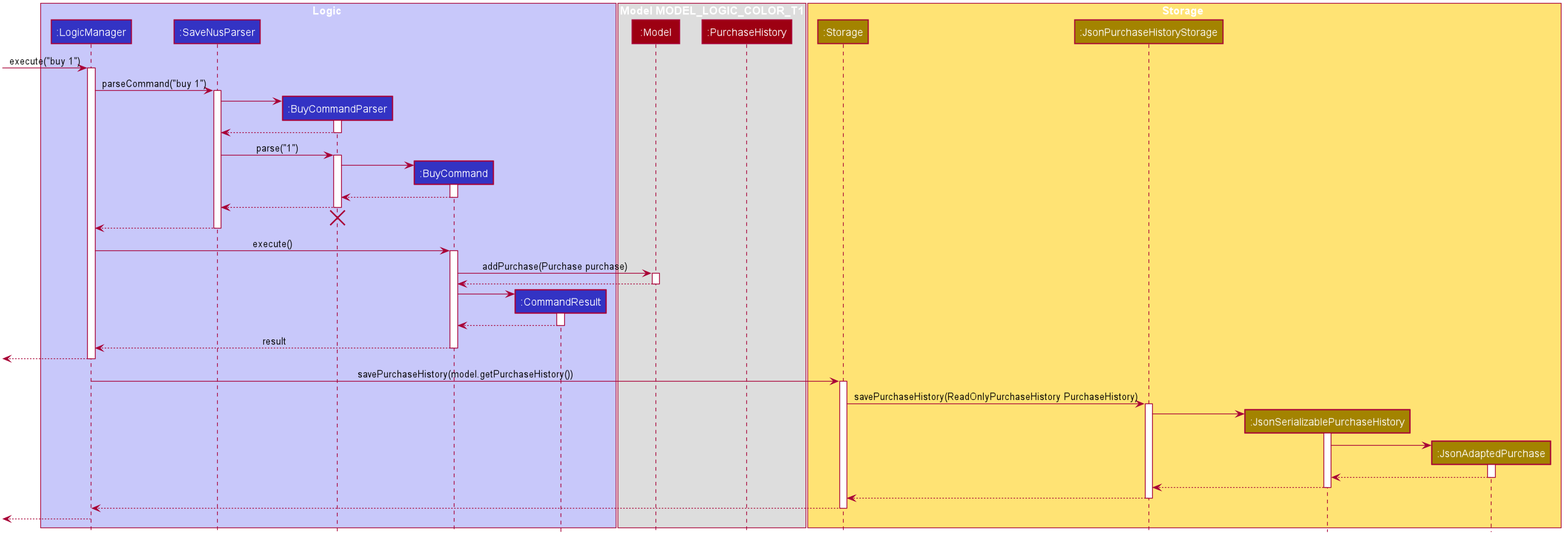
This is docs/images/BuySequenceDiagram.png from nus-cs2103-AY1920S1/addressbook-level3, a PlantUML export, as it was before one commit. The source it was exported from:
```plantuml
@startuml








skinparam BackgroundColor #FFFFFFF

skinparam Shadowing false

skinparam Class {
    FontColor #FFFFFF
    BorderThickness 1
    BorderColor #FFFFFF
    StereotypeFontColor #FFFFFF
    FontName Arial
}

skinparam Actor {
    BorderColor #000000
    Color #000000
    FontName Arial
}

skinparam Sequence {
    MessageAlign center
    BoxFontSize 15
    BoxPadding 0
    BoxFontColor #FFFFFF
    FontName Arial
}

skinparam Participant {
    FontColor #FFFFFFF
    Padding 20
}

skinparam MinClassWidth 50
skinparam ParticipantPadding 10
skinparam Shadowing false
skinparam DefaultTextAlignment center
skinparam packageStyle Rectangle

hide footbox
hide members
hide circle

box Logic #C8C8FA
participant ":LogicManager" as LogicManager #3333C4
participant ":SaveNusParser" as SaveNusParser #3333C4
participant ":BuyCommandParser" as BuyCommandParser #3333C4
participant ":BuyCommand" as BuyCommand #3333C4
participant ":CommandResult" as CommandResult #3333C4
end box

box Model MODEL_LOGIC_COLOR_T1
participant ":Model" as Model #9D0012
participant ":PurchaseHistory" as PurchaseHistory #9D0012
end box

box Storage #FFE374
participant ":Storage" as Storage #A38300
participant ":JsonPurchaseHistoryStorage" as JsonPurchaseHistoryStorage #A38300
participant ":JsonSerializablePurchaseHistory" as JsonSerializablePurchaseHistory #A38300
participant ":JsonAdaptedPurchase" as JsonAdaptedPurchase #A38300
end box

[-> LogicManager : execute("buy 1")
activate LogicManager

LogicManager -> SaveNusParser : parseCommand("buy 1")
activate SaveNusParser

create BuyCommandParser
SaveNusParser -> BuyCommandParser
activate BuyCommandParser

BuyCommandParser --> SaveNusParser
deactivate BuyCommandParser

SaveNusParser -> BuyCommandParser : parse("1")
activate BuyCommandParser

create BuyCommand
BuyCommandParser -> BuyCommand
activate BuyCommand

BuyCommand --> BuyCommandParser :
deactivate BuyCommand

BuyCommandParser --> SaveNusParser :
deactivate BuyCommandParser
BuyCommandParser -[hidden]-> SaveNusParser
destroy BuyCommandParser

SaveNusParser --> LogicManager :
deactivate SaveNusParser

LogicManager -> BuyCommand : execute()
activate BuyCommand

BuyCommand -> Model : addPurchase(Purchase purchase)
activate Model

Model --> BuyCommand
deactivate Model

create CommandResult
BuyCommand -> CommandResult
activate CommandResult

CommandResult --> BuyCommand
deactivate CommandResult

BuyCommand --> LogicManager : result
deactivate BuyCommand

[<--LogicManager
deactivate LogicManager

LogicManager -> Storage : savePurchaseHistory(model.getPurchaseHistory())
activate Storage

Storage -> JsonPurchaseHistoryStorage : savePurchaseHistory(ReadOnlyPurchaseHistory PurchaseHistory)
activate JsonPurchaseHistoryStorage

create JsonSerializablePurchaseHistory
JsonPurchaseHistoryStorage -> JsonSerializablePurchaseHistory
activate JsonSerializablePurchaseHistory

create JsonAdaptedPurchase
JsonSerializablePurchaseHistory -> JsonAdaptedPurchase
activate JsonAdaptedPurchase

JsonAdaptedPurchase --> JsonSerializablePurchaseHistory
deactivate JsonAdaptedPurchase

JsonSerializablePurchaseHistory --> JsonPurchaseHistoryStorage
deactivate JsonSerializablePurchaseHistory

JsonPurchaseHistoryStorage --> Storage
deactivate JsonPurchaseHistoryStorage

Storage --> LogicManager
deactivate Storage

[<--LogicManager
deactivate LogicManager

@enduml
```
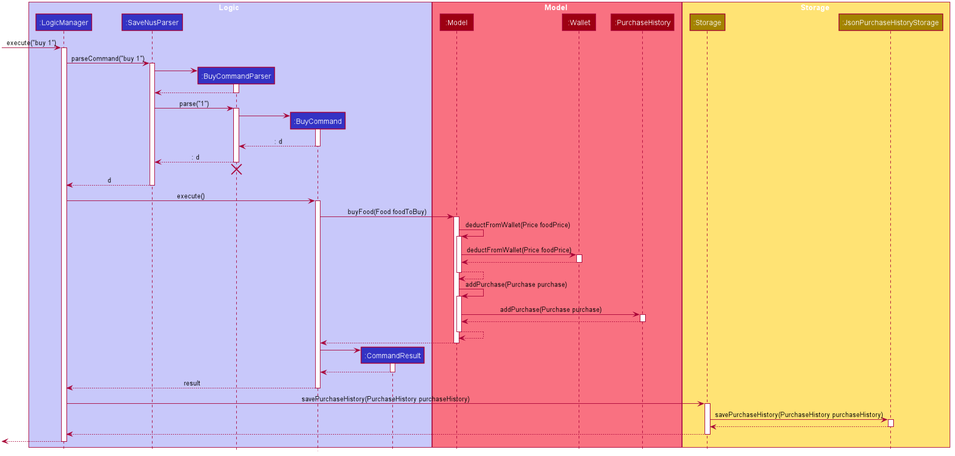
After the commit.

What changed in the source:
```diff
@@ -56,16 +56,15 @@
 participant ":CommandResult" as CommandResult #3333C4
 end box
 
-box Model MODEL_LOGIC_COLOR_T1
+box Model #F97181
 participant ":Model" as Model #9D0012
+participant ":Wallet" as Wallet #9D0012
 participant ":PurchaseHistory" as PurchaseHistory #9D0012
 end box
 
 box Storage #FFE374
 participant ":Storage" as Storage #A38300
 participant ":JsonPurchaseHistoryStorage" as JsonPurchaseHistoryStorage #A38300
-participant ":JsonSerializablePurchaseHistory" as JsonSerializablePurchaseHistory #A38300
-participant ":JsonAdaptedPurchase" as JsonAdaptedPurchase #A38300
 end box
 
 [-> LogicManager : execute("buy 1")
@@ -88,22 +87,46 @@
 BuyCommandParser -> BuyCommand
 activate BuyCommand
 
-BuyCommand --> BuyCommandParser :
+BuyCommand --> BuyCommandParser : : d
 deactivate BuyCommand
 
-BuyCommandParser --> SaveNusParser :
+BuyCommandParser --> SaveNusParser : : d
 deactivate BuyCommandParser
 BuyCommandParser -[hidden]-> SaveNusParser
 destroy BuyCommandParser
 
-SaveNusParser --> LogicManager :
+SaveNusParser --> LogicManager : d
 deactivate SaveNusParser
 
 LogicManager -> BuyCommand : execute()
 activate BuyCommand
 
-BuyCommand -> Model : addPurchase(Purchase purchase)
+BuyCommand -> Model : buyFood(Food foodToBuy)
 activate Model
+
+Model -> Model : deductFromWallet(Price foodPrice)
+activate Model
+
+Model -> Wallet : deductFromWallet(Price foodPrice)
+activate Wallet
+
+Wallet --> Model
+deactivate Wallet
+
+Model --> Model
+deactivate Model
+
+Model -> Model : addPurchase(Purchase purchase)
+activate Model
+
+Model -> PurchaseHistory : addPurchase(Purchase purchase)
+activate PurchaseHistory
+
+PurchaseHistory --> Model
+deactivate PurchaseHistory
+
+Model --> Model
+deactivate Model
 
 Model --> BuyCommand
 deactivate Model
@@ -118,28 +141,11 @@
 BuyCommand --> LogicManager : result
 deactivate BuyCommand
 
-[<--LogicManager
-deactivate LogicManager
-
-LogicManager -> Storage : savePurchaseHistory(model.getPurchaseHistory())
+LogicManager -> Storage : savePurchaseHistory(PurchaseHistory purchaseHistory)
 activate Storage
 
-Storage -> JsonPurchaseHistoryStorage : savePurchaseHistory(ReadOnlyPurchaseHistory PurchaseHistory)
+Storage -> JsonPurchaseHistoryStorage : savePurchaseHistory(PurchaseHistory purchaseHistory)
 activate JsonPurchaseHistoryStorage
-
-create JsonSerializablePurchaseHistory
-JsonPurchaseHistoryStorage -> JsonSerializablePurchaseHistory
-activate JsonSerializablePurchaseHistory
-
-create JsonAdaptedPurchase
-JsonSerializablePurchaseHistory -> JsonAdaptedPurchase
-activate JsonAdaptedPurchase
-
-JsonAdaptedPurchase --> JsonSerializablePurchaseHistory
-deactivate JsonAdaptedPurchase
-
-JsonSerializablePurchaseHistory --> JsonPurchaseHistoryStorage
-deactivate JsonSerializablePurchaseHistory
 
 JsonPurchaseHistoryStorage --> Storage
 deactivate JsonPurchaseHistoryStorage
```
